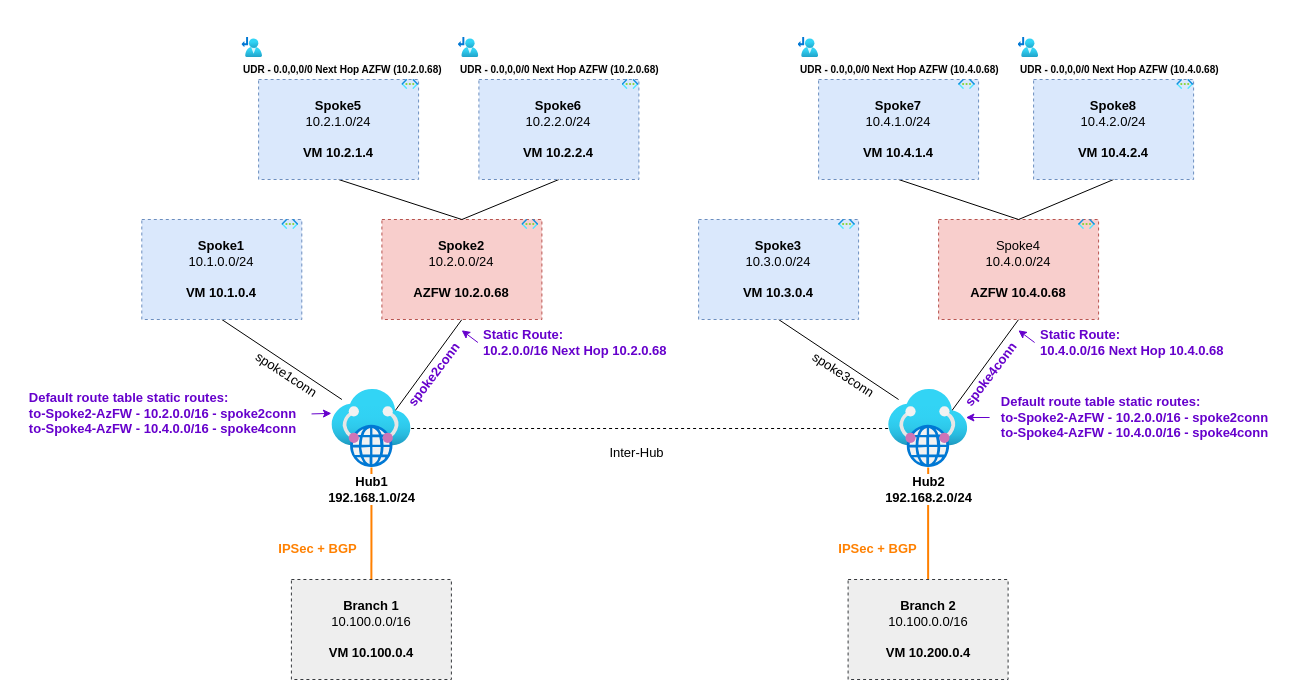
Before: inter-region-azfw/media/diagram.drawio in dmauser/azure-virtualwan, a draw.io diagram. Source tidied: cells renumbered, new cells numbered last; positions are measured from the earlier drawing's top-left corner, leaving out a move shared by most shapes. Both pictures are drawn from the tidied source at 100%, with x=0, y=0 at pixel (17, 37).
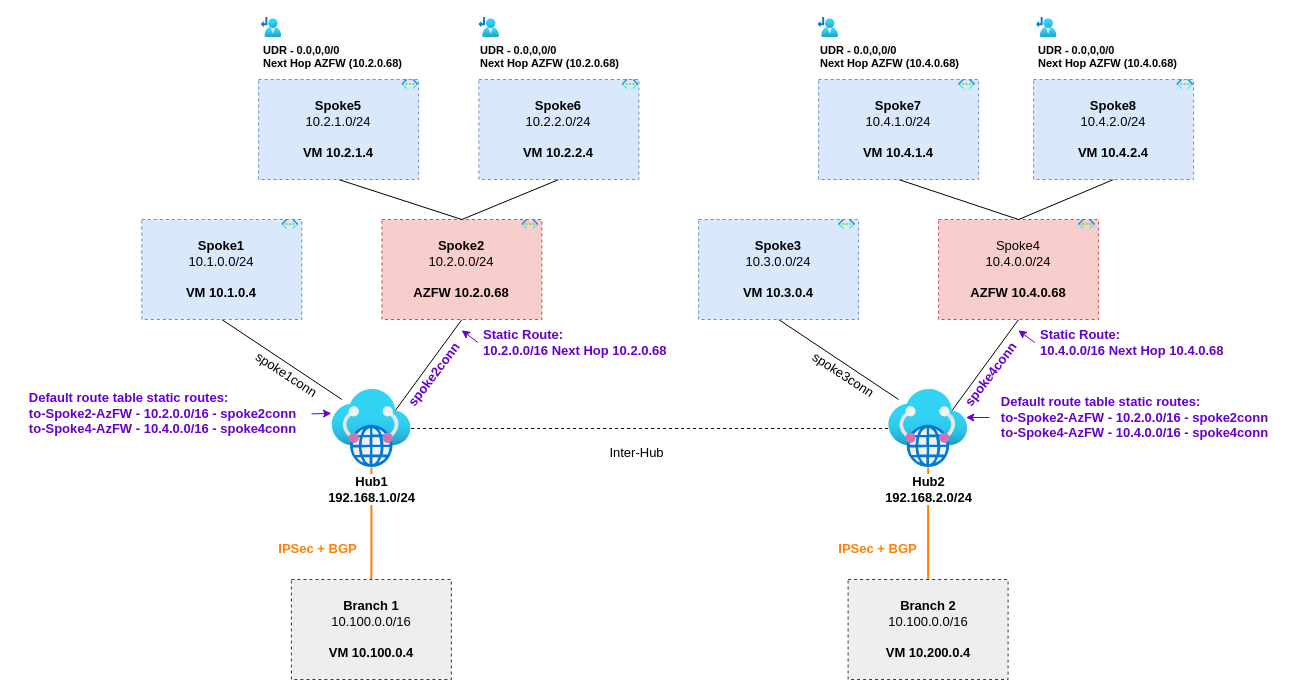
After the change.

The edit, as a diff of the source:
```diff
@@
-    <mxCell id="48" value="&lt;span style=&quot;color: rgb(0, 0, 0); font-size: 10px; background-color: rgb(251, 251, 251);&quot;&gt;UDR - 0.0,0,0/0 Next Hop AZFW (10.2.0.68)&lt;/span&gt;" style="html=1;align=left;image;fontSize=10;image=img/lib/azure2/networking/Route_Tables.svg;fontColor=#FF8000;fontStyle=1;" parent="1" vertex="1">
-      <mxGeometry x="224.4" width="20.6" height="20" as="geometry" />
+    <mxCell id="48" value="&lt;span style=&quot;color: rgb(0, 0, 0); font-size: 11px; background-color: rgb(251, 251, 251);&quot;&gt;UDR - 0.0,0,0/0 &lt;br style=&quot;font-size: 11px;&quot;&gt;Next Hop AZFW (10.2.0.68)&lt;/span&gt;" style="html=1;align=left;image;fontSize=11;image=img/lib/azure2/networking/Route_Tables.svg;fontColor=#FF8000;fontStyle=1;" parent="1" vertex="1">
+      <mxGeometry x="243.7" y="-20" width="20.6" height="20" as="geometry" />
     </mxCell>
-    <mxCell id="49" value="&lt;span style=&quot;color: rgb(0, 0, 0); font-size: 10px; background-color: rgb(251, 251, 251);&quot;&gt;UDR - 0.0,0,0/0 Next Hop AZFW (10.2.0.68)&lt;/span&gt;" style="html=1;align=left;image;fontSize=10;image=img/lib/azure2/networking/Route_Tables.svg;fontColor=#FF8000;fontStyle=1;" parent="1" vertex="1">
-      <mxGeometry x="440.7" width="20.6" height="20" as="geometry" />
+    <mxCell id="49" value="&lt;span style=&quot;color: rgb(0, 0, 0); font-size: 11px; background-color: rgb(251, 251, 251);&quot;&gt;UDR - 0.0,0,0/0 &lt;br style=&quot;font-size: 11px;&quot;&gt;Next Hop AZFW (10.2.0.68)&lt;/span&gt;" style="html=1;align=left;image;fontSize=11;image=img/lib/azure2/networking/Route_Tables.svg;fontColor=#FF8000;fontStyle=1;" parent="1" vertex="1">
+      <mxGeometry x="461.4" y="-20" width="20.6" height="20" as="geometry" />
     </mxCell>
-    <mxCell id="50" value="&lt;span style=&quot;color: rgb(0, 0, 0); font-size: 10px; background-color: rgb(251, 251, 251);&quot;&gt;UDR - 0.0,0,0/0 Next Hop AZFW (10.4.0.68)&lt;/span&gt;" style="html=1;align=left;image;fontSize=10;image=img/lib/azure2/networking/Route_Tables.svg;fontColor=#FF8000;fontStyle=1;" parent="1" vertex="1">
-      <mxGeometry x="780.5" width="20.6" height="20" as="geometry" />
+    <mxCell id="50" value="&lt;span style=&quot;color: rgb(0, 0, 0); font-size: 11px; background-color: rgb(251, 251, 251);&quot;&gt;UDR - 0.0,0,0/0 &lt;br style=&quot;font-size: 11px;&quot;&gt;Next Hop AZFW (10.4.0.68)&lt;/span&gt;" style="html=1;align=left;image;fontSize=11;image=img/lib/azure2/networking/Route_Tables.svg;fontColor=#FF8000;fontStyle=1;" parent="1" vertex="1">
+      <mxGeometry x="800.5" y="-20" width="20.6" height="20" as="geometry" />
     </mxCell>
-    <mxCell id="51" value="&lt;span style=&quot;color: rgb(0, 0, 0); font-size: 10px; background-color: rgb(251, 251, 251);&quot;&gt;UDR - 0.0,0,0/0 Next Hop AZFW (10.4.0.68)&lt;/span&gt;" style="html=1;align=left;image;fontSize=10;image=img/lib/azure2/networking/Route_Tables.svg;fontColor=#FF8000;fontStyle=1;" parent="1" vertex="1">
-      <mxGeometry x="1000.5" width="20.6" height="20" as="geometry" />
+    <mxCell id="51" value="&lt;span style=&quot;color: rgb(0, 0, 0); font-size: 11px; background-color: rgb(251, 251, 251);&quot;&gt;UDR - 0.0,0,0/0 &lt;br style=&quot;font-size: 11px;&quot;&gt;Next Hop AZFW (10.4.0.68)&lt;/span&gt;" style="html=1;align=left;image;fontSize=11;image=img/lib/azure2/networking/Route_Tables.svg;fontColor=#FF8000;fontStyle=1;" parent="1" vertex="1">
+      <mxGeometry x="1019" y="-20" width="20.6" height="20" as="geometry" />
     </mxCell>
```
